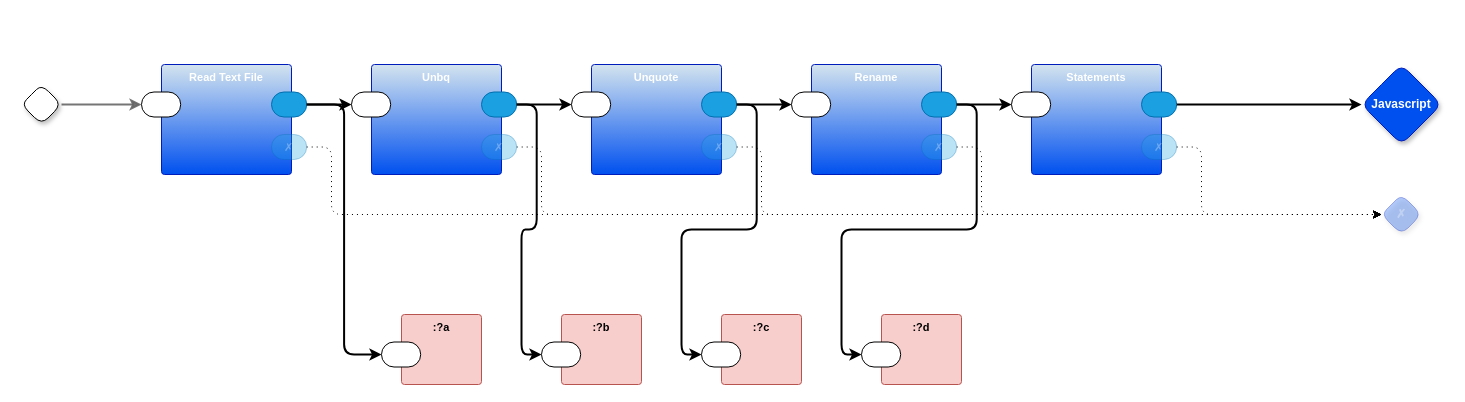
guitarvydas/p6 keeps this draw.io diagram as page "main" (1 of 5) of p6.drawio. Above is the earlier version. Source tidied: cells renumbered, new cells numbered last; positions are measured from the earlier drawing's top-left corner, leaving out a move shared by most shapes. Both pictures are drawn from the tidied source at 100%, with x=0, y=0 at pixel (21, 64).
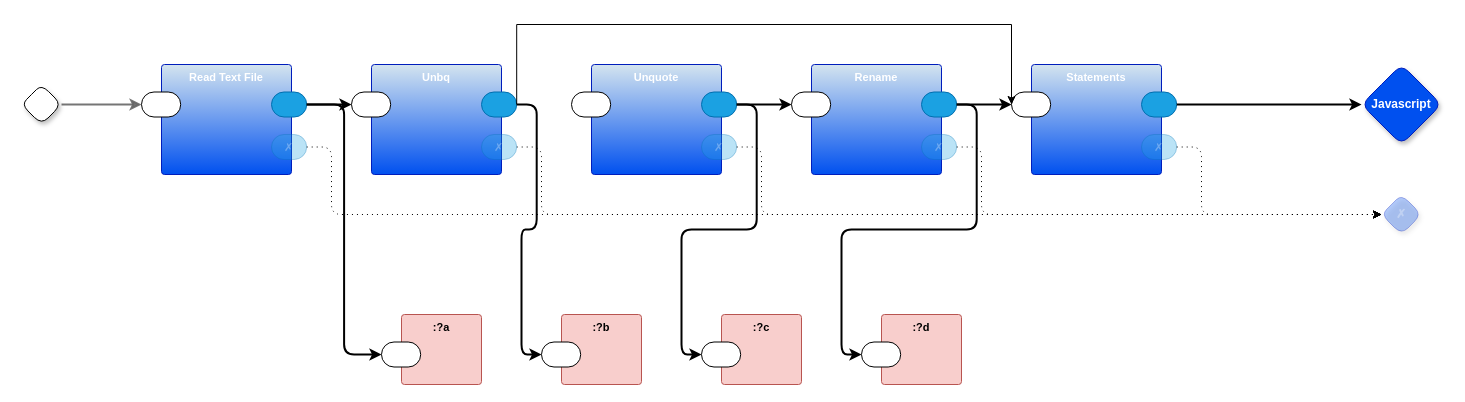
Above is the later version.

Commit message (it also covers changes not shown here):
unbq to stmt

Unchanged cells that the change refers to:
```xml
<mxCell id="15" style="rounded=1;whiteSpace=wrap;html=1;sketch=0;points=[[0,0.5,0,0,0],[1,0.5,0,0,0]];fillColor=#1ba1e2;fontColor=#ffffff;strokeColor=#006EAF;arcSize=50;fontFamily=Helvetica;fontSize=11;" parent="12" vertex="1">
  <mxGeometry x="110" y="27.5" width="35.2" height="25" as="geometry" />
</mxCell>
<mxCell id="18" style="rounded=1;whiteSpace=wrap;html=1;sketch=0;points=[[0,0.5,0,0,0],[1,0.5,0,0,0]];arcSize=50;fontFamily=Helvetica;fontSize=11;fontColor=default;" parent="17" vertex="1">
  <mxGeometry x="-20" y="27.5" width="39.2" height="25" as="geometry" />
</mxCell>
<mxCell id="29" style="rounded=1;whiteSpace=wrap;html=1;sketch=0;points=[[0,0.5,0,0,0],[1,0.5,0,0,0]];arcSize=50;fontFamily=Helvetica;fontSize=11;fontColor=default;" parent="28" vertex="1">
  <mxGeometry x="-20" y="27.5" width="39.2" height="25" as="geometry" />
</mxCell>
```

Change to the diagram source:
```diff
@@
-    <mxCell id="47" style="edgeStyle=orthogonalEdgeStyle;shape=connector;curved=0;rounded=1;jettySize=auto;html=1;exitX=1;exitY=0.5;exitDx=0;exitDy=0;exitPerimeter=0;entryX=0;entryY=0.5;entryDx=0;entryDy=0;entryPerimeter=0;strokeColor=default;strokeWidth=2;align=center;verticalAlign=middle;fontFamily=Helvetica;fontSize=11;fontColor=default;labelBackgroundColor=default;endArrow=classic;" parent="1" edge="1" source="15" target="18">
-      <mxGeometry relative="1" as="geometry" />
-    </mxCell>
+    <mxCell id="48" style="edgeStyle=orthogonalEdgeStyle;rounded=0;jettySize=auto;html=1;exitX=1;exitY=0.5;exitDx=0;exitDy=0;exitPerimeter=0;entryX=0;entryY=0.5;entryDx=0;entryDy=0;entryPerimeter=0;" parent="1" edge="1" source="15" target="29">
+      <mxGeometry relative="1" as="geometry">
+        <Array as="points">
+          <mxPoint x="495" y="-40" />
+          <mxPoint x="990" y="-40" />
+        </Array>
+      </mxGeometry>
+    </mxCell>
```
